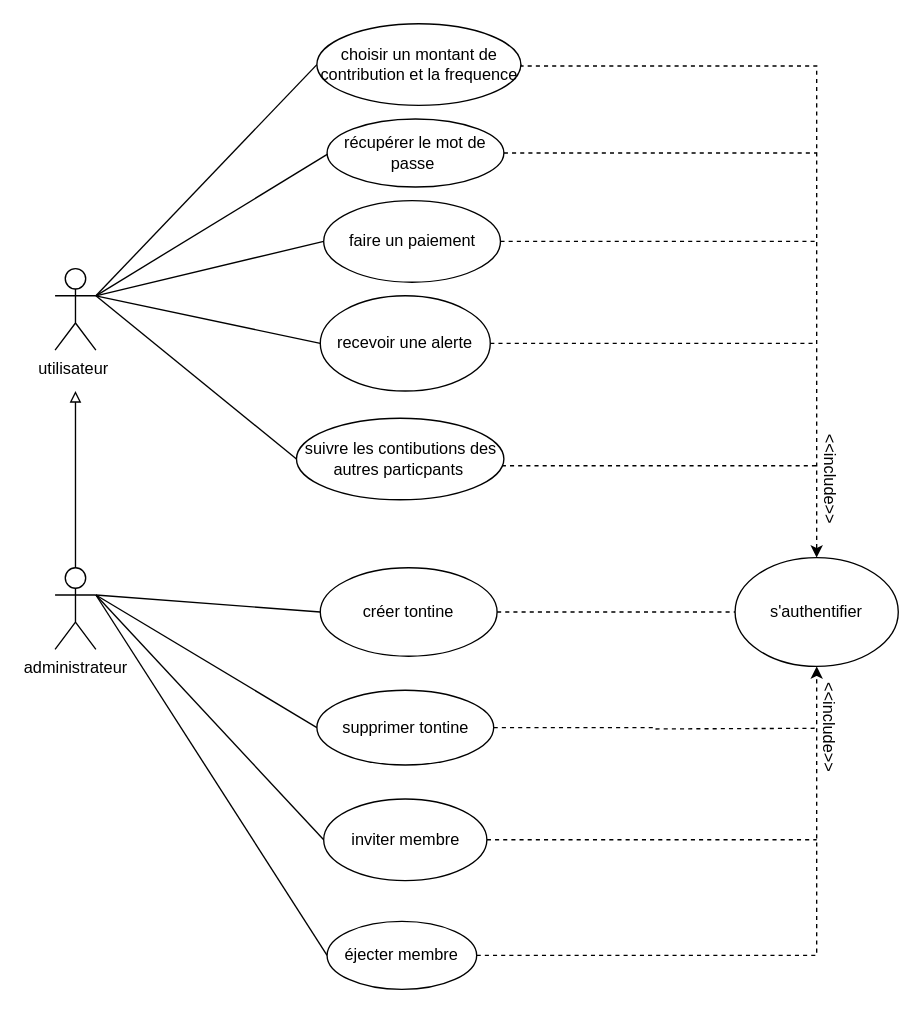
Above: Diagramme sans nom.drawio in LaetyA/blockchain_tp1 (draw.io), before the change. Source tidied: cells renumbered, new cells numbered last; positions are measured from the earlier drawing's top-left corner, leaving out a move shared by most shapes. Both pictures are drawn from the tidied source at 136%, with x=0, y=0 at pixel (54, 23).
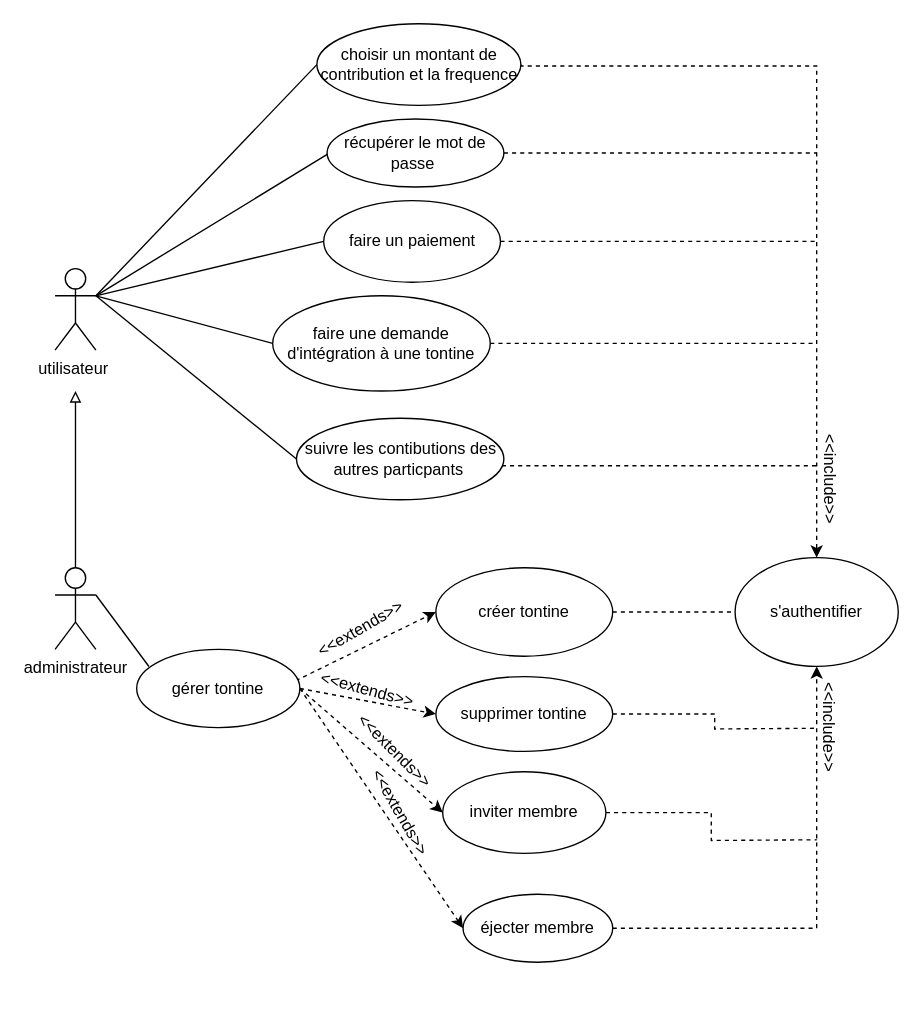
After the change.

Unchanged cells that the change refers to:
```xml
<mxCell id="17" value="administrateur&lt;div&gt;&lt;br&gt;&lt;/div&gt;" style="shape=umlActor;verticalLabelPosition=bottom;verticalAlign=top;html=1;outlineConnect=0;" parent="1" vertex="1">
  <mxGeometry y="400" width="30" height="60" as="geometry" />
</mxCell>
```

Diff of the diagram source:
```diff
@@
-    <mxCell id="13" value="recevoir une alerte" style="ellipse;whiteSpace=wrap;html=1;" parent="1" vertex="1">
-      <mxGeometry x="195" y="200" width="125" height="70" as="geometry" />
+    <mxCell id="13" value="faire une demande d'intégration à une tontine" style="ellipse;whiteSpace=wrap;html=1;" parent="1" vertex="1">
+      <mxGeometry x="160" y="200" width="160" height="70" as="geometry" />
     </mxCell>
@@
-    <mxCell id="16" style="rounded=0;jettySize=auto;html=1;exitX=1;exitY=0.3333333333333333;exitDx=0;exitDy=0;exitPerimeter=0;entryX=0;entryY=0.5;entryDx=0;entryDy=0;endArrow=none;endFill=0;" parent="1" edge="1" source="17" target="19">
-      <mxGeometry relative="1" as="geometry" />
-    </mxCell>
@@
     <mxCell id="19" value="créer tontine" style="ellipse;whiteSpace=wrap;html=1;" parent="1" vertex="1">
-      <mxGeometry x="195" y="400" width="130" height="65" as="geometry" />
+      <mxGeometry x="280" y="400" width="130" height="65" as="geometry" />
     </mxCell>
@@
     <mxCell id="21" value="supprimer tontine" style="ellipse;whiteSpace=wrap;html=1;" parent="1" vertex="1">
-      <mxGeometry x="192.5" y="490" width="130" height="55" as="geometry" />
+      <mxGeometry x="280" y="480" width="130" height="55" as="geometry" />
     </mxCell>
-    <mxCell id="22" style="rounded=0;jettySize=auto;html=1;exitX=0;exitY=0.5;exitDx=0;exitDy=0;endArrow=none;endFill=0;" parent="1" edge="1" source="24">
-      <mxGeometry relative="1" as="geometry">
-        <mxPoint x="30" y="420" as="targetPoint" />
-      </mxGeometry>
-    </mxCell>
@@
     <mxCell id="24" value="inviter membre" style="ellipse;whiteSpace=wrap;html=1;" parent="1" vertex="1">
-      <mxGeometry x="197.5" y="570" width="120" height="60" as="geometry" />
+      <mxGeometry x="285" y="550" width="120" height="60" as="geometry" />
     </mxCell>
-    <mxCell id="25" style="rounded=0;jettySize=auto;html=1;exitX=0;exitY=0.5;exitDx=0;exitDy=0;endArrow=none;endFill=0;" parent="1" edge="1" source="27">
-      <mxGeometry relative="1" as="geometry">
-        <mxPoint x="30" y="420" as="targetPoint" />
-      </mxGeometry>
-    </mxCell>
@@
     <mxCell id="27" value="éjecter membre" style="ellipse;whiteSpace=wrap;html=1;" parent="1" vertex="1">
-      <mxGeometry x="200" y="660" width="110" height="50" as="geometry" />
+      <mxGeometry x="300" y="640" width="110" height="50" as="geometry" />
     </mxCell>
-    <mxCell id="28" style="rounded=0;jettySize=auto;html=1;exitX=0;exitY=0.5;exitDx=0;exitDy=0;entryX=1;entryY=0.3333333333333333;entryDx=0;entryDy=0;entryPerimeter=0;endArrow=none;endFill=0;" parent="1" edge="1" source="21" target="17">
-      <mxGeometry relative="1" as="geometry" />
-    </mxCell>
@@
+    <mxCell id="35" style="rounded=0;jettySize=auto;html=1;entryX=0;entryY=0.5;entryDx=0;entryDy=0;dashed=1;exitX=0.975;exitY=0.4;exitDx=0;exitDy=0;exitPerimeter=0;" parent="1" edge="1" source="38" target="19">
+      <mxGeometry relative="1" as="geometry" />
+    </mxCell>
+    <mxCell id="36" style="rounded=0;jettySize=auto;html=1;exitX=1;exitY=0.5;exitDx=0;exitDy=0;entryX=0;entryY=0.5;entryDx=0;entryDy=0;dashed=1;" parent="1" edge="1" source="38" target="21">
+      <mxGeometry relative="1" as="geometry" />
+    </mxCell>
+    <mxCell id="37" style="rounded=0;jettySize=auto;html=1;exitX=1;exitY=0.5;exitDx=0;exitDy=0;entryX=0;entryY=0.5;entryDx=0;entryDy=0;dashed=1;" parent="1" edge="1" source="38" target="27">
+      <mxGeometry relative="1" as="geometry" />
+    </mxCell>
+    <mxCell id="38" value="gérer tontine" style="ellipse;whiteSpace=wrap;html=1;" parent="1" vertex="1">
+      <mxGeometry x="60" y="460" width="120" height="57.5" as="geometry" />
+    </mxCell>
+    <mxCell id="39" style="rounded=0;jettySize=auto;html=1;exitX=1;exitY=0.3333333333333333;exitDx=0;exitDy=0;exitPerimeter=0;entryX=0.075;entryY=0.219;entryDx=0;entryDy=0;entryPerimeter=0;endArrow=none;endFill=0;" parent="1" edge="1" source="17" target="38">
+      <mxGeometry relative="1" as="geometry" />
+    </mxCell>
+    <mxCell id="40" style="rounded=0;jettySize=auto;html=1;exitX=1;exitY=0.5;exitDx=0;exitDy=0;entryX=0;entryY=0.5;entryDx=0;entryDy=0;dashed=1;" parent="1" edge="1" source="38" target="24">
+      <mxGeometry relative="1" as="geometry" />
+    </mxCell>
+    <mxCell id="41" value="&amp;lt;&amp;lt;extends&amp;gt;&amp;gt;" style="text;html=1;align=center;verticalAlign=middle;whiteSpace=wrap;rounded=0;rotation=-30;" parent="1" vertex="1">
+      <mxGeometry x="195" y="430" width="60" height="30" as="geometry" />
+    </mxCell>
+    <mxCell id="42" value="&amp;lt;&amp;lt;extends&amp;gt;&amp;gt;" style="text;html=1;align=center;verticalAlign=middle;whiteSpace=wrap;rounded=0;rotation=45;" parent="1" vertex="1">
+      <mxGeometry x="220" y="520" width="60" height="30" as="geometry" />
+    </mxCell>
+    <mxCell id="43" value="&amp;lt;&amp;lt;extends&amp;gt;&amp;gt;" style="text;html=1;align=center;verticalAlign=middle;whiteSpace=wrap;rounded=0;rotation=15;" parent="1" vertex="1">
+      <mxGeometry x="200" y="474.5" width="60" height="30" as="geometry" />
+    </mxCell>
+    <mxCell id="44" value="&amp;lt;&amp;lt;extends&amp;gt;&amp;gt;" style="text;html=1;align=center;verticalAlign=middle;whiteSpace=wrap;rounded=0;rotation=60;" parent="1" vertex="1">
+      <mxGeometry x="223.8" y="565" width="60" height="30" as="geometry" />
+    </mxCell>
```
